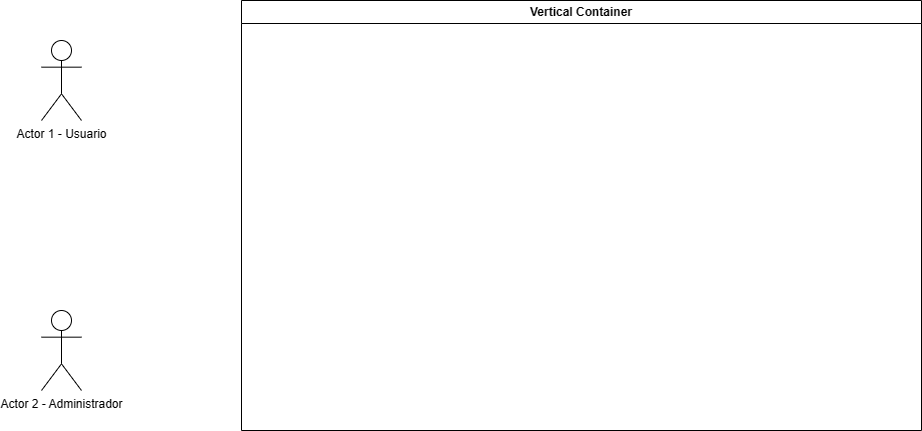
The draw.io diagram doc/UseCase.png in 333-333-333/public-static-void-main-string-args, before a commit. Source tidied: cells renumbered, new cells last; positions are measured from the earlier drawing's top-left corner, leaving out a move shared by most shapes.
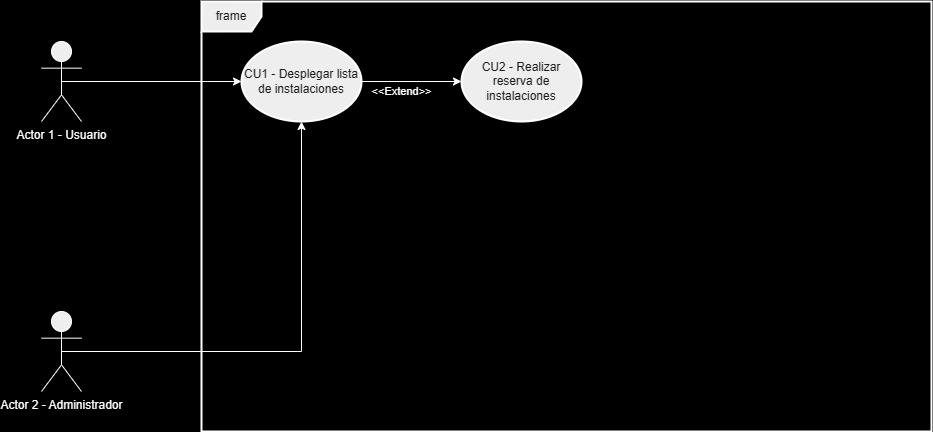
The same file after the commit.

Change to the diagram source:
```diff
@@ -1,15 +1,35 @@
-<mxGraphModel>
+<mxGraphModel background="#000000">
   <root>
     <mxCell id="0" />
     <mxCell id="1" parent="0" />
+    <mxCell id="5" style="edgeStyle=orthogonalEdgeStyle;rounded=0;jettySize=auto;html=1;exitX=0.5;exitY=0.5;exitDx=0;exitDy=0;exitPerimeter=0;strokeColor=#FFFFFF;labelBackgroundColor=none;fontColor=default;" parent="1" edge="1" source="2" target="10">
+      <mxGeometry relative="1" as="geometry" />
+    </mxCell>
-    <mxCell id="2" value="Actor 1 - Usuario&lt;br&gt;" style="shape=umlActor;verticalLabelPosition=bottom;verticalAlign=top;html=1;outlineConnect=0;" parent="1" vertex="1">
+    <mxCell id="2" value="&lt;font color=&quot;#ffffff&quot;&gt;Actor 1 - Usuario&lt;/font&gt;" style="shape=umlActor;verticalLabelPosition=bottom;verticalAlign=top;html=1;outlineConnect=0;labelBackgroundColor=none;rounded=0;fillColor=#EEEEEE;strokeColor=#FFFFFF;fontColor=#1A1A1A;" parent="1" vertex="1">
       <mxGeometry y="40" width="40" height="80" as="geometry" />
     </mxCell>
+    <mxCell id="6" style="edgeStyle=orthogonalEdgeStyle;rounded=0;jettySize=auto;html=1;exitX=0.5;exitY=0.5;exitDx=0;exitDy=0;exitPerimeter=0;labelBackgroundColor=none;fontColor=default;strokeColor=#FFFFFF;" parent="1" edge="1" source="3" target="10">
+      <mxGeometry relative="1" as="geometry" />
+    </mxCell>
-    <mxCell id="3" value="Actor 2 - Administrador&lt;br&gt;" style="shape=umlActor;verticalLabelPosition=bottom;verticalAlign=top;html=1;outlineConnect=0;" parent="1" vertex="1">
+    <mxCell id="3" value="&lt;font color=&quot;#ffffff&quot;&gt;Actor 2 - Administrador&lt;/font&gt;" style="shape=umlActor;verticalLabelPosition=bottom;verticalAlign=top;html=1;outlineConnect=0;labelBackgroundColor=none;rounded=0;fillColor=#EEEEEE;strokeColor=#FFFFFF;fontColor=#1A1A1A;" parent="1" vertex="1">
       <mxGeometry y="310" width="40" height="80" as="geometry" />
     </mxCell>
-    <mxCell id="4" value="Vertical Container" style="swimlane;whiteSpace=wrap;html=1;" parent="1" vertex="1">
-      <mxGeometry x="200" width="680" height="430" as="geometry" />
-    </mxCell>
+    <mxCell id="7" value="frame" style="shape=umlFrame;whiteSpace=wrap;html=1;strokeWidth=2;labelBackgroundColor=none;rounded=0;fillColor=#EEEEEE;strokeColor=#FFFFFF;fontColor=#1A1A1A;" parent="1" vertex="1">
+      <mxGeometry x="160" width="730" height="430" as="geometry" />
+    </mxCell>
+    <mxCell id="8" style="edgeStyle=orthogonalEdgeStyle;rounded=0;jettySize=auto;html=1;exitX=1;exitY=0.5;exitDx=0;exitDy=0;entryX=0;entryY=0.5;entryDx=0;entryDy=0;strokeColor=#FFFFFF;labelBackgroundColor=none;fontColor=default;" parent="1" edge="1" source="10" target="11">
+      <mxGeometry relative="1" as="geometry" />
+    </mxCell>
+    <mxCell id="9" value="&lt;font color=&quot;#ffffff&quot;&gt;&amp;lt;&amp;lt;Extend&amp;gt;&amp;gt;&lt;/font&gt;" style="edgeLabel;html=1;align=center;verticalAlign=middle;fontColor=#1A1A1A;labelBackgroundColor=none;" parent="8" vertex="1">
+      <mxGeometry x="-0.25" y="-2" relative="1" as="geometry">
+        <mxPoint x="2" y="8" as="offset" />
+      </mxGeometry>
+    </mxCell>
+    <mxCell id="10" value="CU1 - Desplegar lista de instalaciones" style="ellipse;whiteSpace=wrap;html=1;fillColor=#EEEEEE;strokeColor=#FFFFFF;labelBackgroundColor=none;fontColor=#1A1A1A;strokeWidth=2;" parent="1" vertex="1">
+      <mxGeometry x="200" y="40" width="120" height="80" as="geometry" />
+    </mxCell>
+    <mxCell id="11" value="CU2 - Realizar reserva de instalaciones" style="ellipse;whiteSpace=wrap;html=1;fillColor=#EEEEEE;strokeColor=#FFFFFF;labelBackgroundColor=none;fontColor=#1A1A1A;strokeWidth=2;" parent="1" vertex="1">
+      <mxGeometry x="420" y="40" width="120" height="80" as="geometry" />
+    </mxCell>
   </root>
 </mxGraphModel>
```
